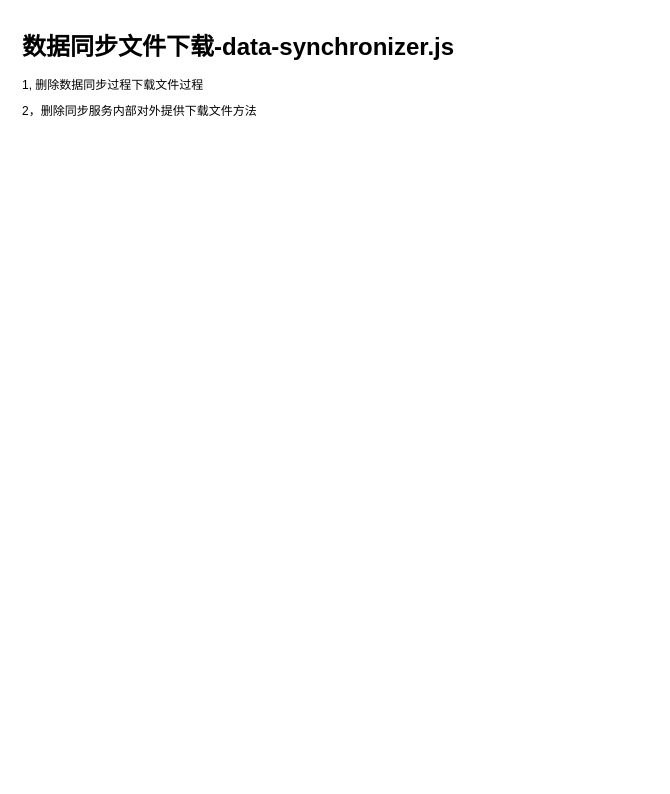
jsven/design-draw keeps this draw.io diagram as sync-data/image-download.drawio. Above is the earlier version. Source tidied: cells renumbered, new cells numbered last; positions are measured from the earlier drawing's top-left corner, leaving out a move shared by most shapes. Both pictures are drawn from the tidied source at 100%, with x=0, y=0 at pixel (17, 27).
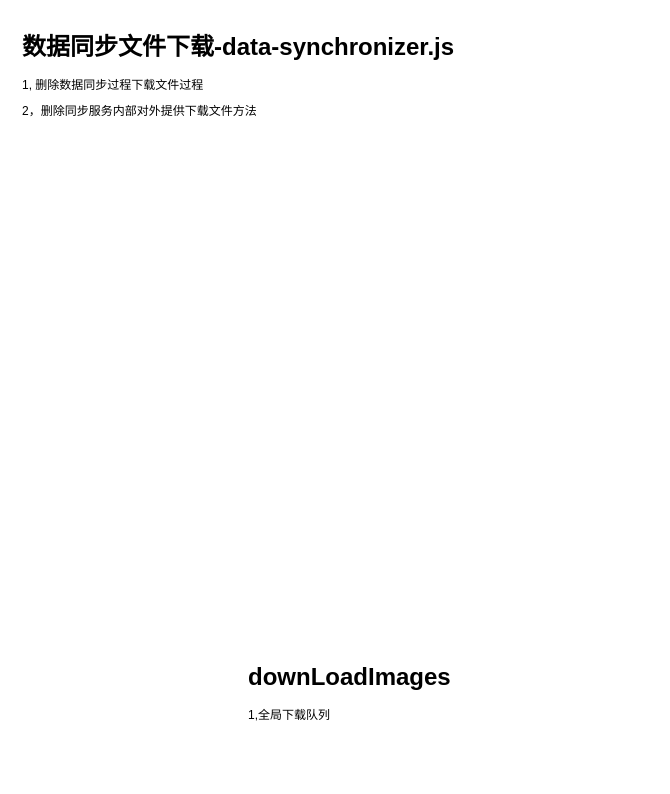
The same diagram, later.

Diff of the diagram source:
```diff
@@
 <mxGraphModel>
   <root>
     <mxCell id="0" />
     <mxCell id="1" parent="0" />
     <mxCell id="2" value="&lt;h1&gt;数据同步文件下载-data-synchronizer.js&lt;/h1&gt;&lt;p&gt;1, 删除数据同步过程下载文件过程&lt;/p&gt;&lt;p&gt;2，删除同步服务内部对外提供下载文件方法&lt;/p&gt;" style="text;html=1;strokeColor=none;fillColor=none;spacing=5;spacingTop=-20;whiteSpace=wrap;overflow=hidden;rounded=0;" parent="1" vertex="1">
       <mxGeometry width="536" height="120" as="geometry" />
     </mxCell>
+    <mxCell id="3" value="&lt;h1&gt;downLoadImages&lt;/h1&gt;&lt;p&gt;1,全局下载队列&lt;/p&gt;" style="text;html=1;strokeColor=none;fillColor=none;spacing=5;spacingTop=-20;whiteSpace=wrap;overflow=hidden;rounded=0;" parent="1" vertex="1">
+      <mxGeometry x="226" y="630" width="410" height="120" as="geometry" />
+    </mxCell>
   </root>
 </mxGraphModel>
```
